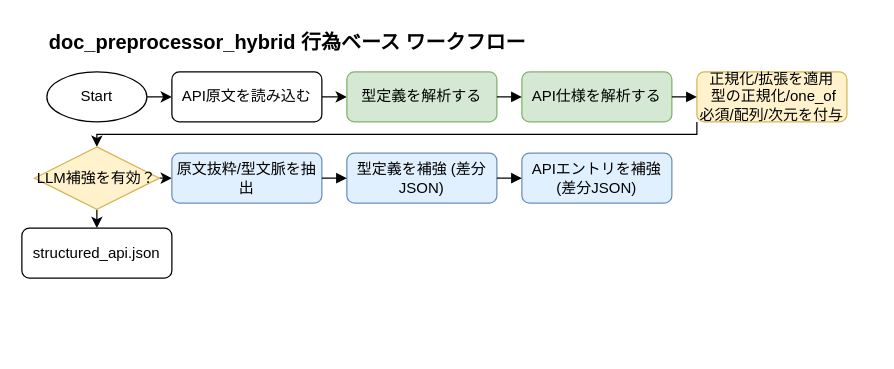
This is doc/doc_preprocessor_hybrid_flow.drawio from h035ide/imabari3dcad, a draw.io file, before an edit. Source tidied: cells renumbered, new cells numbered last; positions are measured from the earlier drawing's top-left corner, leaving out a move shared by most shapes. Both pictures are drawn from the tidied source at 125%, with x=0, y=0 at pixel (21, 21).
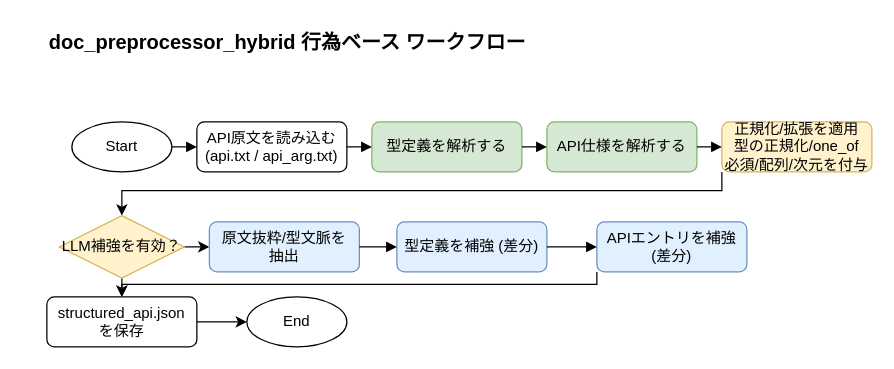
Above is the later version.

Commit message:
ドキュメント前処理のハイブリッドフローを視覚化するダイアグラムを更新し、API原文の読み込みや型定義の解析、LLM補強の決定プロセスを明確にしました。また、各ステップの詳細を追加し、全体のフローを改善しました。

What changed in the source:
```diff
@@
-    <mxCell id="3" style="edgeStyle=orthogonalEdgeStyle;rounded=0;jettySize=auto;html=1;exitX=1;exitY=0.5;exitDx=0;exitDy=0;entryX=0;entryY=0.5;entryDx=0;entryDy=0;" parent="1" edge="1" source="4" target="6">
-      <mxGeometry relative="1" as="geometry" />
-    </mxCell>
     <mxCell id="4" value="Start" style="ellipse;whiteSpace=wrap;html=1;fillColor=#ffffff;strokeColor=#000000;" parent="1" vertex="1">
-      <mxGeometry x="20" y="40" width="80" height="40" as="geometry" />
+      <mxGeometry x="40" y="80" width="80" height="40" as="geometry" />
     </mxCell>
-    <mxCell id="5" style="edgeStyle=orthogonalEdgeStyle;rounded=0;jettySize=auto;html=1;exitX=1;exitY=0.5;exitDx=0;exitDy=0;entryX=0;entryY=0.5;entryDx=0;entryDy=0;" parent="1" edge="1" source="6" target="7">
-      <mxGeometry relative="1" as="geometry" />
-    </mxCell>
-    <mxCell id="6" value="API原文を読み込む" style="rounded=1;whiteSpace=wrap;html=1;fillColor=#ffffff;strokeColor=#000000;" parent="1" vertex="1">
-      <mxGeometry x="120" y="40" width="120" height="40" as="geometry" />
+    <mxCell id="6" value="API原文を読み込む(api.txt / api_arg.txt)" style="rounded=1;whiteSpace=wrap;html=1;fillColor=#ffffff;strokeColor=#000000;" parent="1" vertex="1">
+      <mxGeometry x="140" y="80" width="120" height="40" as="geometry" />
     </mxCell>
     <mxCell id="7" value="型定義を解析する" style="rounded=1;whiteSpace=wrap;html=1;fillColor=#d5e8d4;strokeColor=#82b366;" parent="1" vertex="1">
-      <mxGeometry x="260" y="40" width="120" height="40" as="geometry" />
+      <mxGeometry x="280" y="80" width="120" height="40" as="geometry" />
     </mxCell>
     <mxCell id="8" value="API仕様を解析する" style="rounded=1;whiteSpace=wrap;html=1;fillColor=#d5e8d4;strokeColor=#82b366;" parent="1" vertex="1">
-      <mxGeometry x="400" y="40" width="120" height="40" as="geometry" />
+      <mxGeometry x="420" y="80" width="120" height="40" as="geometry" />
     </mxCell>
     <mxCell id="9" style="edgeStyle=orthogonalEdgeStyle;rounded=0;jettySize=auto;html=1;exitX=0;exitY=1;exitDx=0;exitDy=0;entryX=0.5;entryY=0;entryDx=0;entryDy=0;" parent="1" edge="1" source="10" target="13">
       <mxGeometry relative="1" as="geometry">
         <Array as="points">
-          <mxPoint x="540" y="90" />
-          <mxPoint x="60" y="90" />
+          <mxPoint x="560" y="135" />
+          <mxPoint x="80" y="135" />
         </Array>
       </mxGeometry>
     </mxCell>
-    <mxCell id="10" value="正規化/拡張を適用&lt;div&gt;&amp;nbsp;型の正規化/one_of&lt;/div&gt;&lt;div&gt;必須/配列/次元を付与&lt;/div&gt;" style="rounded=1;whiteSpace=wrap;html=1;fillColor=#fff2cc;strokeColor=#d6b656;" parent="1" vertex="1">
-      <mxGeometry x="540" y="40" width="120" height="40" as="geometry" />
+    <mxCell id="10" value="正規化/拡張を適用&lt;div&gt;型の正規化/one_of&lt;/div&gt;&lt;div&gt;必須/配列/次元を付与&lt;/div&gt;" style="rounded=1;whiteSpace=wrap;html=1;fillColor=#fff2cc;strokeColor=#d6b656;" parent="1" vertex="1">
+      <mxGeometry x="560" y="80" width="120" height="40" as="geometry" />
     </mxCell>
@@
-    <mxCell id="12" style="edgeStyle=orthogonalEdgeStyle;rounded=0;jettySize=auto;html=1;exitX=0.5;exitY=1;exitDx=0;exitDy=0;entryX=0.5;entryY=0;entryDx=0;entryDy=0;" parent="1" edge="1" source="13" target="22">
-      <mxGeometry relative="1" as="geometry" />
-    </mxCell>
+    <mxCell id="23" style="edgeStyle=orthogonalEdgeStyle;rounded=0;jettySize=auto;html=1;exitX=0.5;exitY=1;exitDx=0;exitDy=0;entryX=0.5;entryY=0;entryDx=0;entryDy=0;" parent="1" edge="1" source="13" target="26">
+      <mxGeometry relative="1" as="geometry" />
+    </mxCell>
     <mxCell id="13" value="LLM補強を有効？" style="rhombus;whiteSpace=wrap;html=1;fillColor=#fff2cc;strokeColor=#d6b656;" parent="1" vertex="1">
-      <mxGeometry x="10" y="100" width="100" height="50" as="geometry" />
+      <mxGeometry x="30" y="155" width="100" height="50" as="geometry" />
     </mxCell>
-    <mxCell id="14" value="原文抜粋/型文脈を抽出" style="rounded=1;whiteSpace=wrap;html=1;fillColor=#e1f0ff;strokeColor=#6c8ebf;" parent="1" vertex="1">
-      <mxGeometry x="120" y="105" width="120" height="40" as="geometry" />
+    <mxCell id="14" value="原文抜粋/型文脈を&lt;div&gt;抽出&lt;/div&gt;" style="rounded=1;whiteSpace=wrap;html=1;fillColor=#e1f0ff;strokeColor=#6c8ebf;" parent="1" vertex="1">
+      <mxGeometry x="150" y="160" width="120" height="40" as="geometry" />
     </mxCell>
-    <mxCell id="15" value="型定義を補強 (差分JSON)" style="rounded=1;whiteSpace=wrap;html=1;fillColor=#e1f0ff;strokeColor=#6c8ebf;" parent="1" vertex="1">
-      <mxGeometry x="260" y="105" width="120" height="40" as="geometry" />
+    <mxCell id="15" value="型定義を補強 (差分)" style="rounded=1;whiteSpace=wrap;html=1;fillColor=#e1f0ff;strokeColor=#6c8ebf;" parent="1" vertex="1">
+      <mxGeometry x="300" y="160" width="120" height="40" as="geometry" />
     </mxCell>
+    <mxCell id="24" style="edgeStyle=orthogonalEdgeStyle;rounded=0;jettySize=auto;html=1;exitX=0;exitY=1;exitDx=0;exitDy=0;entryX=0.5;entryY=0;entryDx=0;entryDy=0;" parent="1" edge="1" source="16" target="26">
+      <mxGeometry relative="1" as="geometry">
+        <Array as="points">
+          <mxPoint x="460" y="210" />
+          <mxPoint x="80" y="210" />
+        </Array>
+      </mxGeometry>
+    </mxCell>
-    <mxCell id="16" value="APIエントリを補強 (差分JSON)" style="rounded=1;whiteSpace=wrap;html=1;fillColor=#e1f0ff;strokeColor=#6c8ebf;" parent="1" vertex="1">
-      <mxGeometry x="400" y="105" width="120" height="40" as="geometry" />
+    <mxCell id="16" value="APIエントリを補強 (差分)" style="rounded=1;whiteSpace=wrap;html=1;fillColor=#e1f0ff;strokeColor=#6c8ebf;" parent="1" vertex="1">
+      <mxGeometry x="460" y="160" width="120" height="40" as="geometry" />
     </mxCell>
+    <mxCell id="25" style="edgeStyle=orthogonalEdgeStyle;rounded=0;jettySize=auto;html=1;exitX=1;exitY=0.5;exitDx=0;exitDy=0;entryX=0;entryY=0.5;entryDx=0;entryDy=0;" parent="1" edge="1" source="26" target="27">
+      <mxGeometry relative="1" as="geometry" />
+    </mxCell>
+    <mxCell id="26" value="structured_api.json&lt;div&gt;を保存&lt;/div&gt;" style="rounded=1;whiteSpace=wrap;html=1;fillColor=#ffffff;strokeColor=#000000;" parent="1" vertex="1">
+      <mxGeometry x="20" y="220" width="120" height="40" as="geometry" />
+    </mxCell>
+    <mxCell id="27" value="End" style="ellipse;whiteSpace=wrap;html=1;fillColor=#ffffff;strokeColor=#000000;" parent="1" vertex="1">
+      <mxGeometry x="180" y="220" width="80" height="40" as="geometry" />
+    </mxCell>
+    <mxCell id="3" style="endArrow=block;html=1;entryX=0;entryY=0.5;entryDx=0;entryDy=0;exitX=1;exitY=0.5;exitDx=0;exitDy=0;" parent="1" edge="1" source="4" target="6">
+      <mxGeometry relative="1" as="geometry" />
+    </mxCell>
     <mxCell id="17" style="endArrow=block;html=1;" parent="1" edge="1">
       <mxGeometry relative="1" as="geometry">
-        <mxPoint x="380" y="85" as="sourcePoint" />
+        <mxPoint x="400" y="85" as="targetPoint" />
       </mxGeometry>
     </mxCell>
+    <mxCell id="5" style="endArrow=block;html=1;" parent="1" edge="1" source="6" target="7">
+      <mxGeometry relative="1" as="geometry" />
+    </mxCell>
@@
-    <mxCell id="22" value="structured_api.json" style="rounded=1;whiteSpace=wrap;html=1;fillColor=#ffffff;strokeColor=#000000;" parent="1" vertex="1">
-      <mxGeometry y="165" width="120" height="40" as="geometry" />
-    </mxCell>
```
